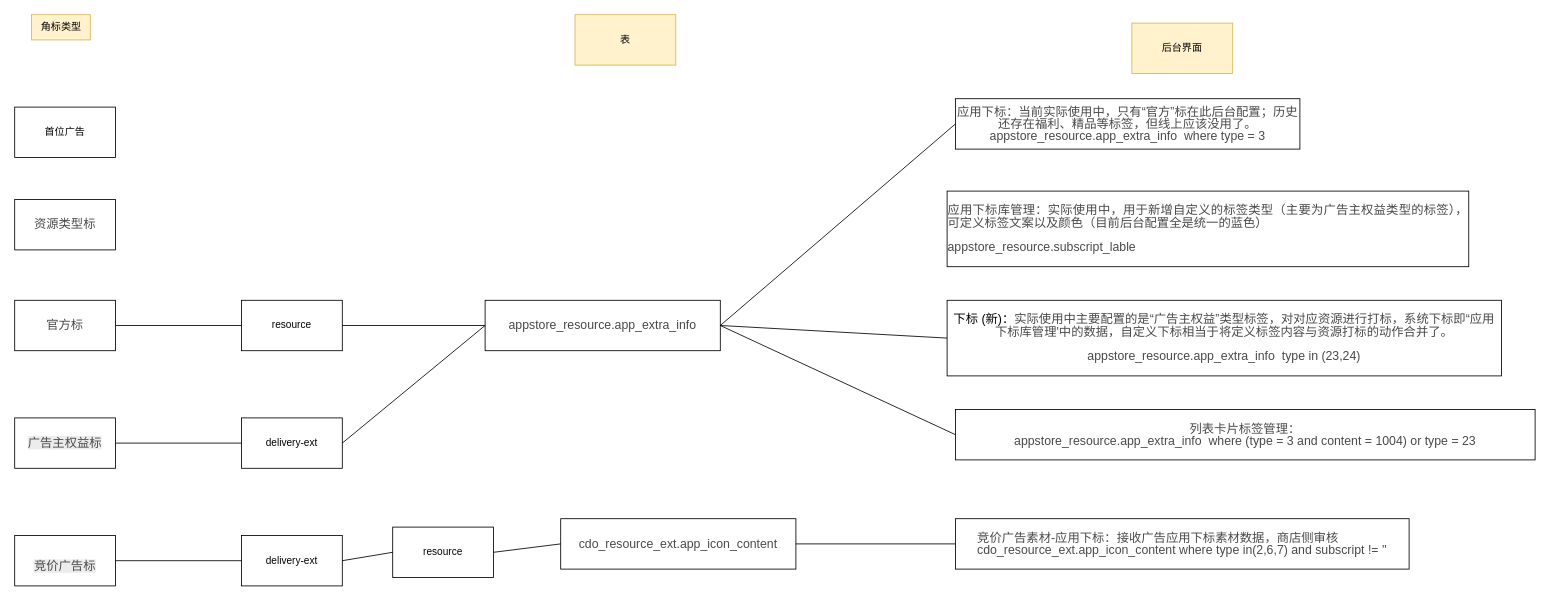
Above: 角标数据源.drawio in ETHAN0430/draw.io.repo (draw.io), before the change. Source tidied: cells renumbered, new cells numbered last; positions are measured from the earlier drawing's top-left corner, leaving out a move shared by most shapes. Both pictures are drawn from the tidied source at 84%, with x=0, y=0 at pixel (14, 14).
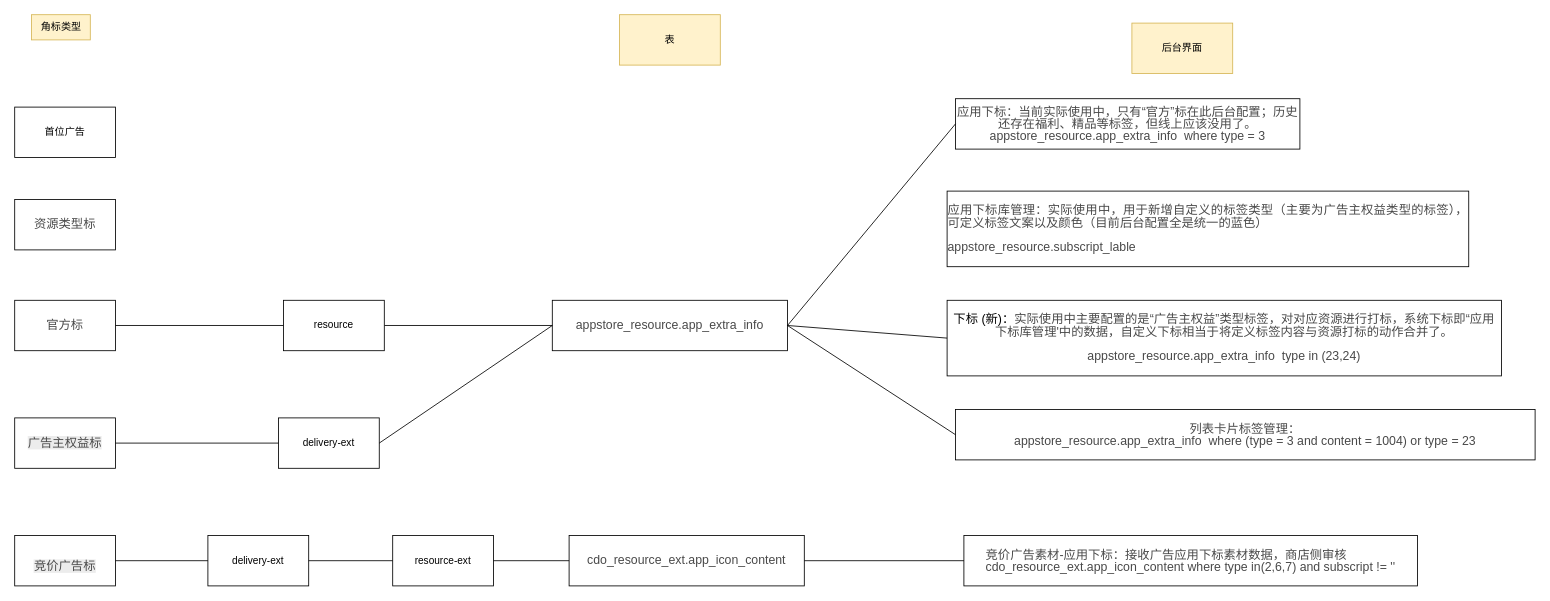
The same diagram, later.

Commit message:
更新角标数据源.drawio

The change refers to these unchanged cells:
```xml
<mxCell id="12" value="&lt;span&gt;&lt;p style=&quot;line-height: 100%;margin-bottom: 0pt;margin-top: 0pt;font-size: 11pt;color: #494949;&quot; class=&quot;ql-direction-ltr ql-long-256471&quot;&gt;&lt;span style=&quot;color: rgb(0, 0, 0);color: rgb(0, 0, 0);&quot; class=&quot;ql-author-256471&quot;&gt;下标 (新)：&lt;/span&gt;&lt;span class=&quot;ql-author-256471&quot;&gt;实际使用中主要配置的是“广告主权益”类型标签，对对应资源进行打标，系统下标即“应用下标库管理'中的数据，自定义下标相当于将定义标签内容与资源打标的动作合并了。&lt;br&gt;&lt;br&gt;appstore_resource.app_extra_info&amp;nbsp; type in (23,24)&lt;br&gt;&lt;/span&gt;&lt;/p&gt;&lt;/span&gt;" style="whiteSpace=wrap;html=1;" parent="1" vertex="1">
  <mxGeometry x="1110" y="340" width="660" height="90" as="geometry" />
</mxCell>
```

The edit, as a diff of the source:
```diff
@@
     <mxCell id="9" value="表" style="whiteSpace=wrap;html=1;fillColor=#fff2cc;strokeColor=#d6b656;" parent="1" vertex="1">
-      <mxGeometry x="667" width="120" height="60" as="geometry" />
+      <mxGeometry x="720" width="120" height="60" as="geometry" />
     </mxCell>
@@
     <mxCell id="13" value="&lt;span&gt;&lt;p style=&quot;line-height: 100%;margin-bottom: 0pt;margin-top: 0pt;text-align: justify;font-size: 11pt;color: #494949;&quot; class=&quot;ql-align-justify ql-direction-ltr ql-long-256471&quot; align=&quot;justify&quot;&gt;&lt;span class=&quot;ql-author-256471&quot;&gt;竞价广告素材-应用下标：接收广告应用下标素材数据，商店侧审核&lt;br&gt;&lt;span style=&quot;text-align: center;&quot;&gt;cdo_resource_ext.app_icon_content where type in(2,6,7) and subscript != ''&lt;/span&gt;&lt;br&gt;&lt;/span&gt;&lt;/p&gt;&lt;/span&gt;" style="whiteSpace=wrap;html=1;" parent="1" vertex="1">
-      <mxGeometry x="1120" y="600" width="540" height="60" as="geometry" />
+      <mxGeometry x="1130" y="620" width="540" height="60" as="geometry" />
     </mxCell>
-    <mxCell id="14" value="resource" style="whiteSpace=wrap;html=1;" parent="1" vertex="1">
-      <mxGeometry x="270" y="340" width="120" height="60" as="geometry" />
-    </mxCell>
     <mxCell id="15" value="delivery-ext" style="whiteSpace=wrap;html=1;" parent="1" vertex="1">
-      <mxGeometry x="270" y="480" width="120" height="60" as="geometry" />
+      <mxGeometry x="314" y="480" width="120" height="60" as="geometry" />
     </mxCell>
@@
     <mxCell id="17" value="&lt;span style=&quot;color: rgb(73, 73, 73); font-size: 14.6667px;&quot;&gt;appstore_resource.app_extra_info&lt;/span&gt;" style="whiteSpace=wrap;html=1;" parent="1" vertex="1">
-      <mxGeometry x="560" y="340" width="280" height="60" as="geometry" />
+      <mxGeometry x="640" y="340" width="280" height="60" as="geometry" />
     </mxCell>
     <mxCell id="18" value="&lt;span style=&quot;color: rgb(73, 73, 73); font-size: 14.6667px;&quot;&gt;cdo_resource_ext.app_icon_content&lt;/span&gt;" style="whiteSpace=wrap;html=1;" parent="1" vertex="1">
-      <mxGeometry x="650" y="600" width="280" height="60" as="geometry" />
+      <mxGeometry x="660" y="620" width="280" height="60" as="geometry" />
     </mxCell>
@@
-    <mxCell id="20" style="endArrow=none;html=1;rounded=0;exitX=1;exitY=0.5;exitDx=0;exitDy=0;entryX=0;entryY=0.5;entryDx=0;entryDy=0;" parent="1" edge="1" target="17">
-      <mxGeometry relative="1" as="geometry">
-        <mxPoint x="390" y="370" as="sourcePoint" />
-      </mxGeometry>
+    <mxCell id="20" style="endArrow=none;html=1;rounded=0;exitX=1;exitY=0.5;exitDx=0;exitDy=0;entryX=0;entryY=0.5;entryDx=0;entryDy=0;" parent="1" edge="1" source="14" target="17">
+      <mxGeometry relative="1" as="geometry" />
     </mxCell>
@@
-    <mxCell id="23" style="endArrow=none;html=1;rounded=0;entryX=0;entryY=0.5;entryDx=0;entryDy=0;" parent="1" edge="1" target="12">
-      <mxGeometry relative="1" as="geometry">
-        <mxPoint x="840" y="370" as="sourcePoint" />
-      </mxGeometry>
+    <mxCell id="23" style="endArrow=none;html=1;rounded=0;entryX=0;entryY=0.5;entryDx=0;entryDy=0;exitX=1;exitY=0.5;exitDx=0;exitDy=0;" parent="1" edge="1" source="17" target="12">
+      <mxGeometry relative="1" as="geometry" />
     </mxCell>
@@
     <mxCell id="26" value="delivery-ext" style="whiteSpace=wrap;html=1;" parent="1" vertex="1">
-      <mxGeometry x="270" y="620" width="120" height="60" as="geometry" />
+      <mxGeometry x="230" y="620" width="120" height="60" as="geometry" />
     </mxCell>
-    <mxCell id="27" value="resource" style="whiteSpace=wrap;html=1;" parent="1" vertex="1">
-      <mxGeometry x="450" y="610" width="120" height="60" as="geometry" />
+    <mxCell id="27" value="resource-ext" style="whiteSpace=wrap;html=1;" parent="1" vertex="1">
+      <mxGeometry x="450" y="620" width="120" height="60" as="geometry" />
     </mxCell>
@@
+    <mxCell id="32" style="endArrow=none;html=1;rounded=0;exitX=1;exitY=0.5;exitDx=0;exitDy=0;entryX=0;entryY=0.5;entryDx=0;entryDy=0;" parent="1" edge="1" target="14">
+      <mxGeometry relative="1" as="geometry">
+        <mxPoint x="390" y="370" as="sourcePoint" />
+      </mxGeometry>
+    </mxCell>
+    <mxCell id="14" value="resource" style="whiteSpace=wrap;html=1;" parent="1" vertex="1">
+      <mxGeometry x="320" y="340" width="120" height="60" as="geometry" />
+    </mxCell>
```
